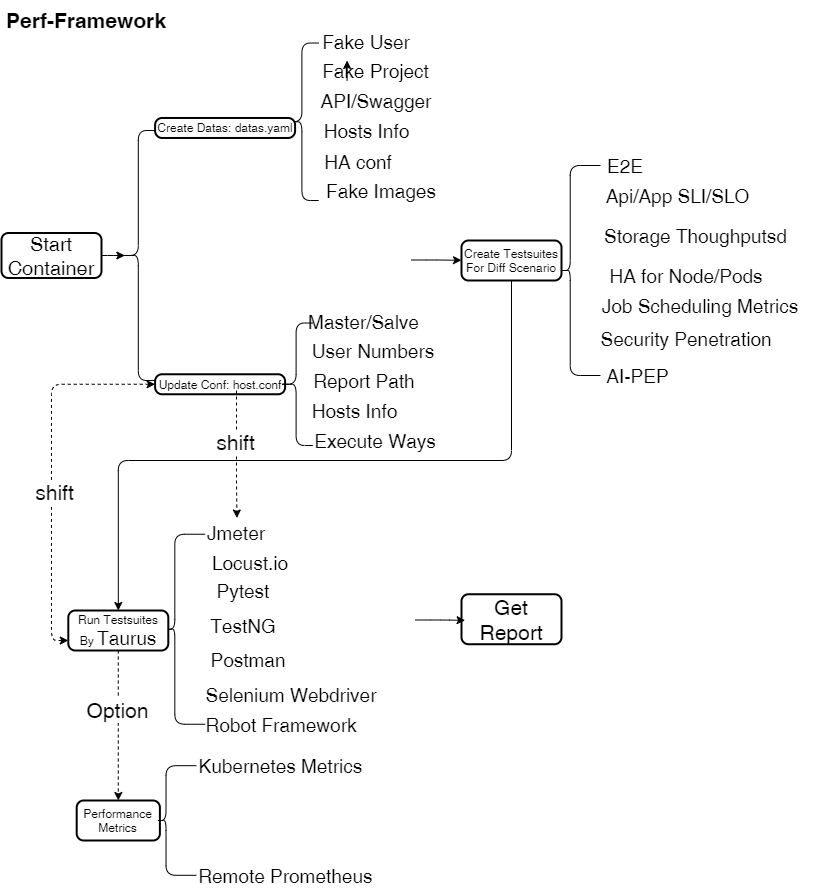
This is docs/static/perf-framework.png from banrieen/MachineDog, a draw.io export, as it was before one commit. Source tidied: cells renumbered, new cells last; positions are measured from the earlier drawing's top-left corner, leaving out a move shared by most shapes.
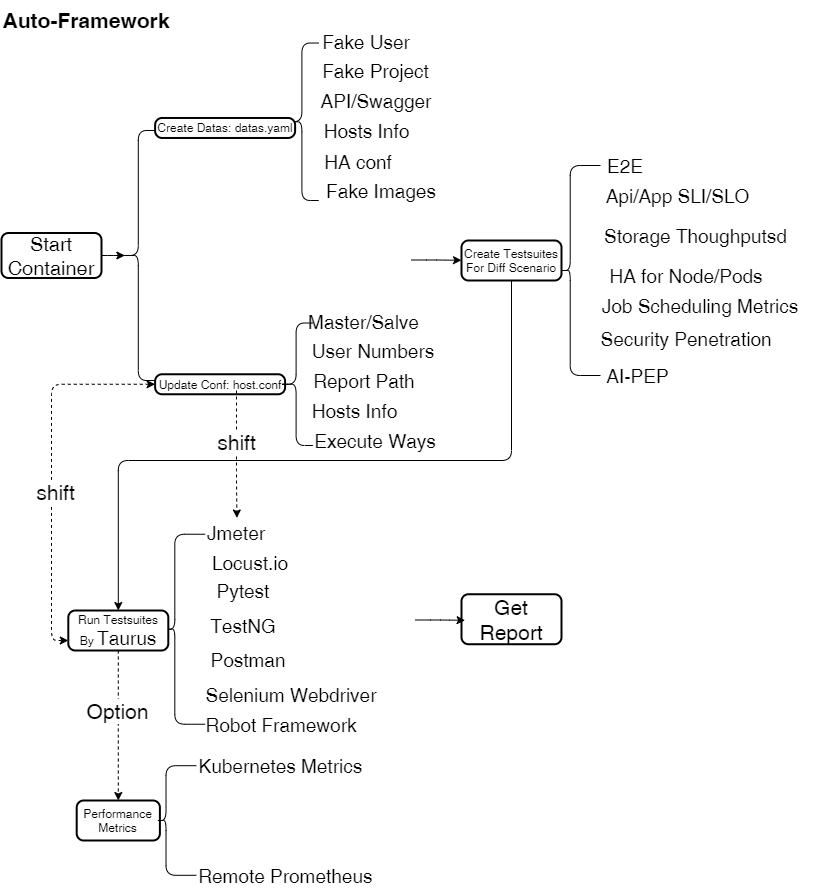
The same diagram one commit later.

What changed in the source:
```diff
@@ -15,7 +15,7 @@
     <mxCell id="4" style="shape=curlyBracket;whiteSpace=wrap;html=1;rounded=1;rotation=0;" parent="1" vertex="1">
       <mxGeometry x="283.6" y="42.5" width="33.6" height="157.5" as="geometry" />
     </mxCell>
-    <mxCell id="5" value="Perf-Framework" style="rounded=1;whiteSpace=wrap;html=1;fontSize=21;strokeColor=none;fillColor=none;fontStyle=1;" parent="1" vertex="1">
+    <mxCell id="5" value="Auto-Framework" style="rounded=1;whiteSpace=wrap;html=1;fontSize=21;strokeColor=none;fillColor=none;fontStyle=1;" parent="1" vertex="1">
       <mxGeometry width="170" height="40" as="geometry" />
     </mxCell>
     <mxCell id="6" value="Fake User" style="rounded=1;whiteSpace=wrap;html=1;fontSize=19;strokeColor=none;fillColor=none;" parent="1" vertex="1">
@@ -42,9 +42,6 @@
     <mxCell id="13" value="Update Conf: host.conf" style="rounded=1;whiteSpace=wrap;html=1;absoluteArcSize=1;arcSize=14;strokeWidth=2;fontSize=12;" parent="1" vertex="1">
       <mxGeometry x="153.6" y="373.8" width="130" height="20" as="geometry" />
     </mxCell>
-    <mxCell id="14" style="edgeStyle=orthogonalEdgeStyle;rounded=0;orthogonalLoop=1;jettySize=auto;html=1;exitX=0.25;exitY=1;exitDx=0;exitDy=0;entryX=0.25;entryY=0;entryDx=0;entryDy=0;fontSize=12;" parent="1" edge="1" source="9" target="9">
-      <mxGeometry relative="1" as="geometry" />
-    </mxCell>
     <mxCell id="15" value="Fake Images" style="rounded=1;whiteSpace=wrap;html=1;fontSize=19;strokeColor=none;fillColor=none;" parent="1" vertex="1">
       <mxGeometry x="319.6" y="180" width="120" height="20" as="geometry" />
     </mxCell>
```
